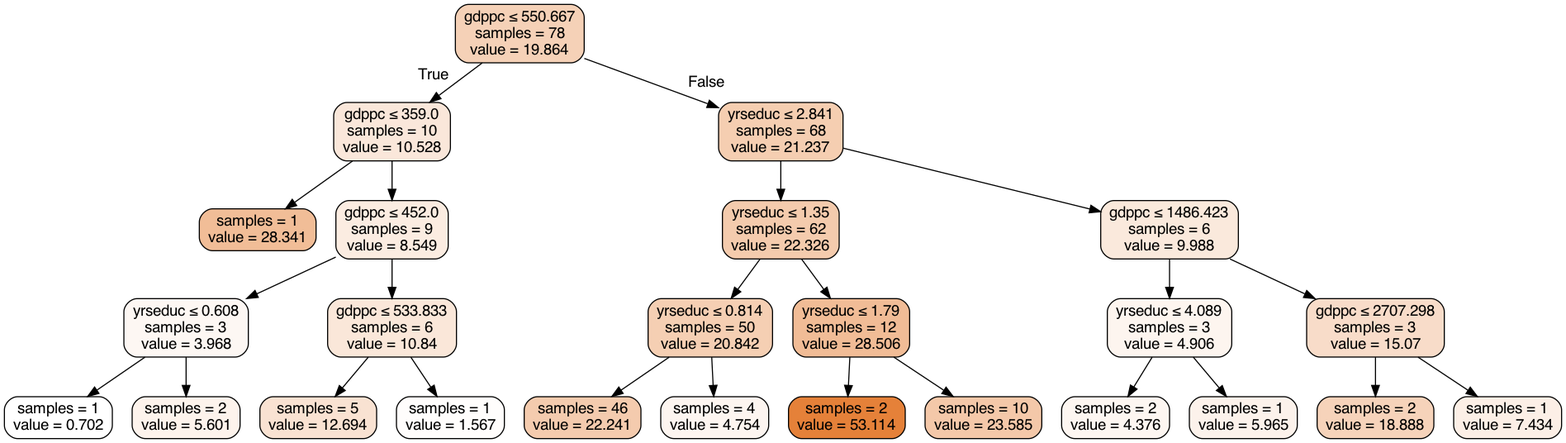
The Graphviz diagram tree2.gv.png in briellebush3/cse163project, before a commit. Its source is kept beside it as tree2.gv.
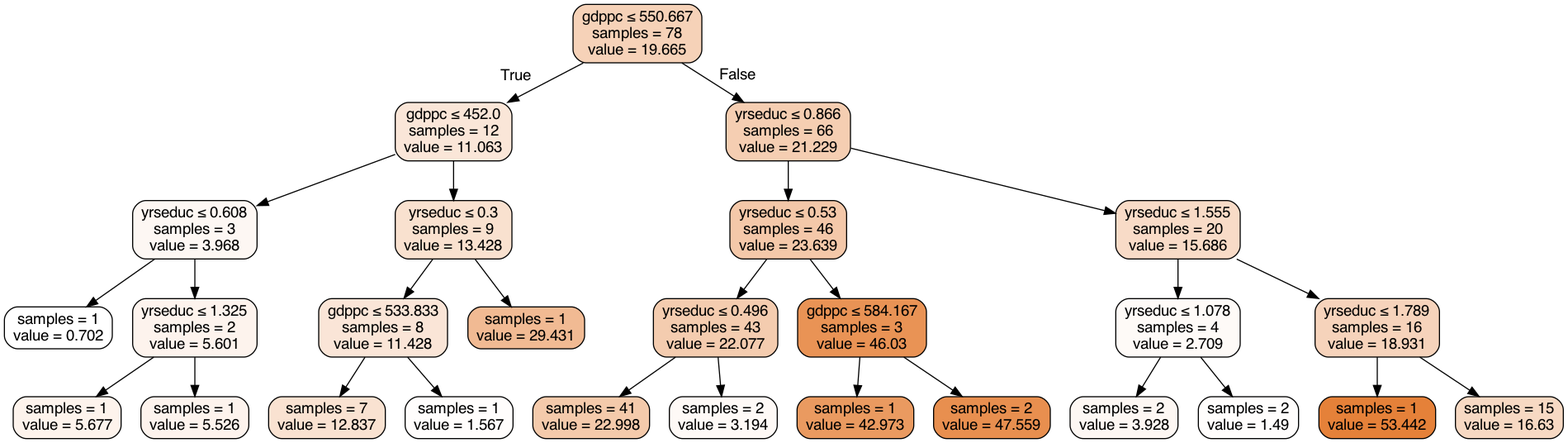
Later version of the same file.

What changed in the source:
```diff
@@ -1,53 +1,57 @@
 digraph Tree {
 node [shape=box, style="filled, rounded", color="black", fontname="helvetica"] ;
 edge [fontname="helvetica"] ;
-0 [label=<gdppc &le; 550.667<br/>samples = 78<br/>value = 19.864>, fillcolor="#f5d1b7"] ;
-1 [label=<gdppc &le; 359.0<br/>samples = 10<br/>value = 10.528>, fillcolor="#fae7da"] ;
+0 [label=<gdppc &le; 550.667<br/>samples = 78<br/>value = 19.665>, fillcolor="#f6d2b8"] ;
+1 [label=<gdppc &le; 452.0<br/>samples = 12<br/>value = 11.063>, fillcolor="#fae6d8"] ;
 0 -> 1 [labeldistance=2.5, labelangle=45, headlabel="True"] ;
-2 [label=<samples = 1<br/>value = 28.341>, fillcolor="#f1bd97"] ;
+2 [label=<yrseduc &le; 0.608<br/>samples = 3<br/>value = 3.968>, fillcolor="#fdf7f3"] ;
 1 -> 2 ;
-3 [label=<gdppc &le; 452.0<br/>samples = 9<br/>value = 8.549>, fillcolor="#fbece1"] ;
-1 -> 3 ;
-4 [label=<yrseduc &le; 0.608<br/>samples = 3<br/>value = 3.968>, fillcolor="#fdf7f3"] ;
-3 -> 4 ;
-5 [label=<samples = 1<br/>value = 0.702>, fillcolor="#ffffff"] ;
+3 [label=<samples = 1<br/>value = 0.702>, fillcolor="#ffffff"] ;
+2 -> 3 ;
+4 [label=<yrseduc &le; 1.325<br/>samples = 2<br/>value = 5.601>, fillcolor="#fdf3ed"] ;
+2 -> 4 ;
+5 [label=<samples = 1<br/>value = 5.677>, fillcolor="#fdf3ec"] ;
 4 -> 5 ;
-6 [label=<samples = 2<br/>value = 5.601>, fillcolor="#fdf3ec"] ;
+6 [label=<samples = 1<br/>value = 5.526>, fillcolor="#fdf3ed"] ;
 4 -> 6 ;
-7 [label=<gdppc &le; 533.833<br/>samples = 6<br/>value = 10.84>, fillcolor="#fae7d9"] ;
-3 -> 7 ;
-8 [label=<samples = 5<br/>value = 12.694>, fillcolor="#f9e2d2"] ;
+7 [label=<yrseduc &le; 0.3<br/>samples = 9<br/>value = 13.428>, fillcolor="#f9e1cf"] ;
+1 -> 7 ;
+8 [label=<gdppc &le; 533.833<br/>samples = 8<br/>value = 11.428>, fillcolor="#fae5d7"] ;
 7 -> 8 ;
-9 [label=<samples = 1<br/>value = 1.567>, fillcolor="#fffdfc"] ;
-7 -> 9 ;
-10 [label=<yrseduc &le; 2.841<br/>samples = 68<br/>value = 21.237>, fillcolor="#f5ceb1"] ;
-0 -> 10 [labeldistance=2.5, labelangle=-45, headlabel="False"] ;
-11 [label=<yrseduc &le; 1.35<br/>samples = 62<br/>value = 22.326>, fillcolor="#f4cbad"] ;
-10 -> 11 ;
-12 [label=<yrseduc &le; 0.814<br/>samples = 50<br/>value = 20.842>, fillcolor="#f5cfb3"] ;
-11 -> 12 ;
-13 [label=<samples = 46<br/>value = 22.241>, fillcolor="#f4cbae"] ;
+9 [label=<samples = 7<br/>value = 12.837>, fillcolor="#f9e2d1"] ;
+8 -> 9 ;
+10 [label=<samples = 1<br/>value = 1.567>, fillcolor="#fffdfc"] ;
+8 -> 10 ;
+11 [label=<samples = 1<br/>value = 29.431>, fillcolor="#f1ba93"] ;
+7 -> 11 ;
+12 [label=<yrseduc &le; 0.866<br/>samples = 66<br/>value = 21.229>, fillcolor="#f5ceb2"] ;
+0 -> 12 [labeldistance=2.5, labelangle=-45, headlabel="False"] ;
+13 [label=<yrseduc &le; 0.53<br/>samples = 46<br/>value = 23.639>, fillcolor="#f4c8a9"] ;
 12 -> 13 ;
-14 [label=<samples = 4<br/>value = 4.754>, fillcolor="#fdf5f0"] ;
-12 -> 14 ;
-15 [label=<yrseduc &le; 1.79<br/>samples = 12<br/>value = 28.506>, fillcolor="#f1bc96"] ;
-11 -> 15 ;
-16 [label=<samples = 2<br/>value = 53.114>, fillcolor="#e58139"] ;
-15 -> 16 ;
-17 [label=<samples = 10<br/>value = 23.585>, fillcolor="#f4c8a9"] ;
-15 -> 17 ;
-18 [label=<gdppc &le; 1486.423<br/>samples = 6<br/>value = 9.988>, fillcolor="#fae9dc"] ;
-10 -> 18 ;
-19 [label=<yrseduc &le; 4.089<br/>samples = 3<br/>value = 4.906>, fillcolor="#fdf5ef"] ;
-18 -> 19 ;
-20 [label=<samples = 2<br/>value = 4.376>, fillcolor="#fdf6f1"] ;
-19 -> 20 ;
-21 [label=<samples = 1<br/>value = 5.965>, fillcolor="#fcf2eb"] ;
-19 -> 21 ;
-22 [label=<gdppc &le; 2707.298<br/>samples = 3<br/>value = 15.07>, fillcolor="#f8dcc9"] ;
-18 -> 22 ;
-23 [label=<samples = 2<br/>value = 18.888>, fillcolor="#f6d3ba"] ;
-22 -> 23 ;
-24 [label=<samples = 1<br/>value = 7.434>, fillcolor="#fcefe6"] ;
-22 -> 24 ;
+14 [label=<yrseduc &le; 0.496<br/>samples = 43<br/>value = 22.077>, fillcolor="#f4ccaf"] ;
+13 -> 14 ;
+15 [label=<samples = 41<br/>value = 22.998>, fillcolor="#f4caab"] ;
+14 -> 15 ;
+16 [label=<samples = 2<br/>value = 3.194>, fillcolor="#fef9f6"] ;
+14 -> 16 ;
+17 [label=<gdppc &le; 584.167<br/>samples = 3<br/>value = 46.03>, fillcolor="#e99355"] ;
+13 -> 17 ;
+18 [label=<samples = 1<br/>value = 42.973>, fillcolor="#ea9a60"] ;
+17 -> 18 ;
+19 [label=<samples = 2<br/>value = 47.559>, fillcolor="#e88f4f"] ;
+17 -> 19 ;
+20 [label=<yrseduc &le; 1.555<br/>samples = 20<br/>value = 15.686>, fillcolor="#f8dbc7"] ;
+12 -> 20 ;
+21 [label=<yrseduc &le; 1.078<br/>samples = 4<br/>value = 2.709>, fillcolor="#fefaf7"] ;
+20 -> 21 ;
+22 [label=<samples = 2<br/>value = 3.928>, fillcolor="#fdf7f3"] ;
+21 -> 22 ;
+23 [label=<samples = 2<br/>value = 1.49>, fillcolor="#fffdfc"] ;
+21 -> 23 ;
+24 [label=<yrseduc &le; 1.789<br/>samples = 16<br/>value = 18.931>, fillcolor="#f6d3bb"] ;
+20 -> 24 ;
+25 [label=<samples = 1<br/>value = 53.442>, fillcolor="#e58139"] ;
+24 -> 25 ;
+26 [label=<samples = 15<br/>value = 16.63>, fillcolor="#f7d9c3"] ;
+24 -> 26 ;
 }
```
